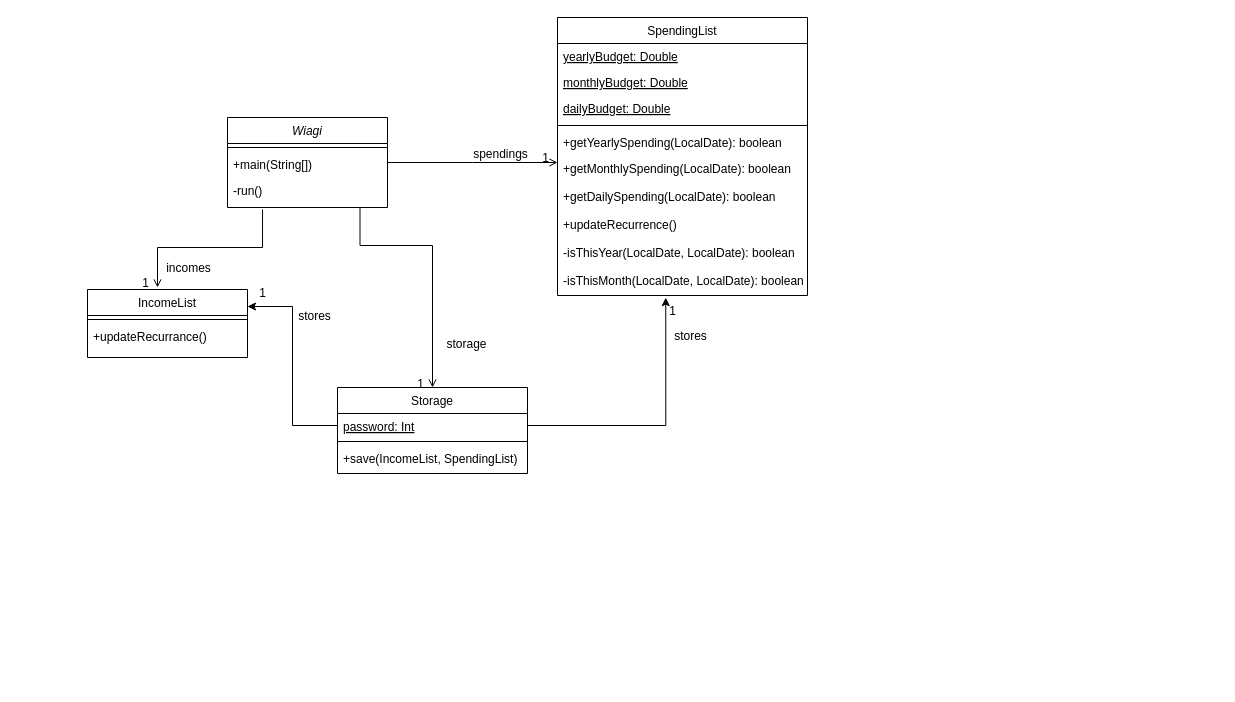
The draw.io diagram docs/Diagrams/overallClass.drawio in wongwh2002/CS2113TeamProject, before the edit. Source tidied: cells renumbered, new cells numbered last; positions are measured from the earlier drawing's top-left corner, leaving out a move shared by most shapes. Both pictures are drawn from the tidied source at 100%, with x=0, y=0 at pixel (87, 17).
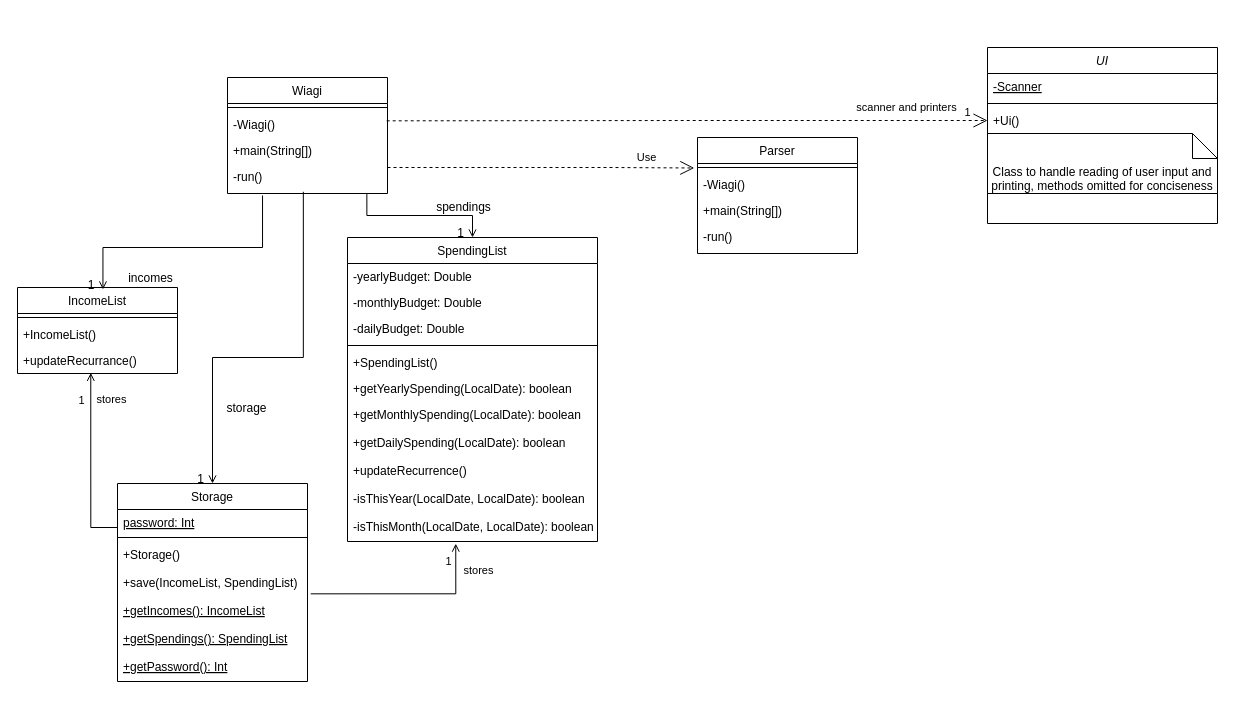
After the change.

The change refers to these unchanged cells:
```xml
<mxCell id="10" value="password: Int" style="text;align=left;verticalAlign=top;spacingLeft=4;spacingRight=4;overflow=hidden;points=[[0,0.5],[1,0.5]];portConstraint=eastwest;fontStyle=4;" parent="9" vertex="1">
  <mxGeometry y="26" width="190" height="24" as="geometry" />
</mxCell>
```

The edit, as a diff of the source:
```diff
@@
-    <mxCell id="2" value="Wiagi" style="swimlane;fontStyle=2;align=center;verticalAlign=top;horizontal=1;startSize=26;rounded=0;shadow=0;strokeWidth=1;" parent="1" vertex="1">
-      <mxGeometry x="140" y="100" width="160" height="90" as="geometry" />
+    <mxCell id="2" value="Wiagi" style="swimlane;fontStyle=0;align=center;verticalAlign=top;horizontal=1;startSize=26;rounded=0;shadow=0;strokeWidth=1;" parent="1" vertex="1">
+      <mxGeometry x="140" y="60" width="160" height="116" as="geometry" />
     </mxCell>
@@
+    <mxCell id="42" value="-Wiagi()" style="text;align=left;verticalAlign=top;spacingLeft=4;spacingRight=4;overflow=hidden;points=[[0,0.5],[1,0.5]];portConstraint=eastwest;" parent="2" vertex="1">
+      <mxGeometry y="34" width="160" height="26" as="geometry" />
+    </mxCell>
     <mxCell id="4" value="+main(String[])" style="text;align=left;verticalAlign=top;spacingLeft=4;spacingRight=4;overflow=hidden;" parent="2" vertex="1">
-      <mxGeometry y="34" width="160" height="26" as="geometry" />
+      <mxGeometry y="60" width="160" height="26" as="geometry" />
     </mxCell>
     <mxCell id="5" value="-run()" style="text;align=left;verticalAlign=top;spacingLeft=4;spacingRight=4;overflow=hidden;points=[[0,0.5],[1,0.5]];portConstraint=eastwest;" parent="2" vertex="1">
-      <mxGeometry y="60" width="160" height="30" as="geometry" />
+      <mxGeometry y="86" width="160" height="30" as="geometry" />
     </mxCell>
     <mxCell id="6" value="IncomeList" style="swimlane;fontStyle=0;align=center;verticalAlign=top;horizontal=1;startSize=26;rounded=0;shadow=0;strokeWidth=1;" parent="1" vertex="1">
-      <mxGeometry y="272" width="160" height="68" as="geometry" />
+      <mxGeometry x="-70" y="270" width="160" height="86" as="geometry" />
     </mxCell>
@@
+    <mxCell id="43" value="+IncomeList()" style="text;align=left;verticalAlign=top;spacingLeft=4;spacingRight=4;overflow=hidden;" parent="6" vertex="1">
+      <mxGeometry y="34" width="160" height="26" as="geometry" />
+    </mxCell>
     <mxCell id="8" value="+updateRecurrance()" style="text;align=left;verticalAlign=top;spacingLeft=4;spacingRight=4;overflow=hidden;points=[[0,0.5],[1,0.5]];portConstraint=eastwest;" parent="6" vertex="1">
-      <mxGeometry y="34" width="160" height="26" as="geometry" />
+      <mxGeometry y="60" width="160" height="26" as="geometry" />
     </mxCell>
     <mxCell id="9" value="Storage" style="swimlane;fontStyle=0;align=center;verticalAlign=top;horizontal=1;startSize=26;rounded=0;shadow=0;strokeWidth=1;" parent="1" vertex="1">
-      <mxGeometry x="250" y="370" width="190" height="86" as="geometry" />
+      <mxGeometry x="30" y="466" width="190" height="198" as="geometry" />
     </mxCell>
@@
+    <mxCell id="44" value="+Storage()" style="text;align=left;verticalAlign=top;spacingLeft=4;spacingRight=4;overflow=hidden;" parent="9" vertex="1">
+      <mxGeometry y="58" width="190" height="28" as="geometry" />
+    </mxCell>
     <mxCell id="12" value="+save(IncomeList, SpendingList)" style="text;align=left;verticalAlign=top;spacingLeft=4;spacingRight=4;overflow=hidden;points=[[0,0.5],[1,0.5]];portConstraint=eastwest;" parent="9" vertex="1">
-      <mxGeometry y="58" width="190" height="28" as="geometry" />
+      <mxGeometry y="86" width="190" height="28" as="geometry" />
     </mxCell>
+    <mxCell id="45" value="+getIncomes(): IncomeList" style="text;align=left;verticalAlign=top;spacingLeft=4;spacingRight=4;overflow=hidden;fontStyle=4;" parent="9" vertex="1">
+      <mxGeometry y="114" width="190" height="28" as="geometry" />
+    </mxCell>
+    <mxCell id="46" value="+getSpendings(): SpendingList" style="text;align=left;verticalAlign=top;spacingLeft=4;spacingRight=4;overflow=hidden;fontStyle=4;" parent="9" vertex="1">
+      <mxGeometry y="142" width="190" height="28" as="geometry" />
+    </mxCell>
+    <mxCell id="47" value="+getPassword(): Int" style="text;align=left;verticalAlign=top;spacingLeft=4;spacingRight=4;overflow=hidden;fontStyle=4;" parent="9" vertex="1">
+      <mxGeometry y="170" width="190" height="28" as="geometry" />
+    </mxCell>
     <mxCell id="13" value="SpendingList" style="swimlane;fontStyle=0;align=center;verticalAlign=top;horizontal=1;startSize=26;rounded=0;shadow=0;strokeWidth=1;" parent="1" vertex="1">
-      <mxGeometry x="470" width="250" height="278" as="geometry" />
+      <mxGeometry x="260" y="220" width="250" height="304" as="geometry" />
     </mxCell>
-    <mxCell id="14" value="yearlyBudget: Double" style="text;align=left;verticalAlign=top;spacingLeft=4;spacingRight=4;overflow=hidden;rounded=0;shadow=0;html=0;fontStyle=4;" parent="13" vertex="1">
+    <mxCell id="14" value="-yearlyBudget: Double" style="text;align=left;verticalAlign=top;spacingLeft=4;spacingRight=4;overflow=hidden;rounded=0;shadow=0;html=0;fontStyle=0;" parent="13" vertex="1">
       <mxGeometry y="26" width="250" height="26" as="geometry" />
     </mxCell>
-    <mxCell id="15" value="monthlyBudget: Double" style="text;align=left;verticalAlign=top;spacingLeft=4;spacingRight=4;overflow=hidden;rounded=0;shadow=0;html=0;fontStyle=4;" parent="13" vertex="1">
+    <mxCell id="15" value="-monthlyBudget: Double" style="text;align=left;verticalAlign=top;spacingLeft=4;spacingRight=4;overflow=hidden;rounded=0;shadow=0;html=0;fontStyle=0;" parent="13" vertex="1">
       <mxGeometry y="52" width="250" height="26" as="geometry" />
     </mxCell>
-    <mxCell id="16" value="dailyBudget: Double" style="text;align=left;verticalAlign=top;spacingLeft=4;spacingRight=4;overflow=hidden;rounded=0;shadow=0;html=0;fontStyle=4;" parent="13" vertex="1">
+    <mxCell id="16" value="-dailyBudget: Double" style="text;align=left;verticalAlign=top;spacingLeft=4;spacingRight=4;overflow=hidden;rounded=0;shadow=0;html=0;fontStyle=0;" parent="13" vertex="1">
       <mxGeometry y="78" width="250" height="26" as="geometry" />
     </mxCell>
@@
+    <mxCell id="48" value="+SpendingList()" style="text;align=left;verticalAlign=top;spacingLeft=4;spacingRight=4;overflow=hidden;" parent="13" vertex="1">
+      <mxGeometry y="112" width="250" height="26" as="geometry" />
+    </mxCell>
     <mxCell id="18" value="+getYearlySpending(LocalDate): boolean" style="text;align=left;verticalAlign=top;spacingLeft=4;spacingRight=4;overflow=hidden;" parent="13" vertex="1">
-      <mxGeometry y="112" width="250" height="26" as="geometry" />
+      <mxGeometry y="138" width="250" height="26" as="geometry" />
     </mxCell>
     <mxCell id="19" value="+getMonthlySpending(LocalDate): boolean" style="text;align=left;verticalAlign=top;spacingLeft=4;spacingRight=4;overflow=hidden;" parent="13" vertex="1">
-      <mxGeometry y="138" width="250" height="28" as="geometry" />
+      <mxGeometry y="164" width="250" height="28" as="geometry" />
     </mxCell>
     <mxCell id="20" value="+getDailySpending(LocalDate): boolean" style="text;align=left;verticalAlign=top;spacingLeft=4;spacingRight=4;overflow=hidden;" parent="13" vertex="1">
-      <mxGeometry y="166" width="250" height="28" as="geometry" />
+      <mxGeometry y="192" width="250" height="28" as="geometry" />
     </mxCell>
     <mxCell id="21" value="+updateRecurrence()&#10;" style="text;align=left;verticalAlign=top;spacingLeft=4;spacingRight=4;overflow=hidden;" parent="13" vertex="1">
-      <mxGeometry y="194" width="250" height="28" as="geometry" />
+      <mxGeometry y="220" width="250" height="28" as="geometry" />
     </mxCell>
     <mxCell id="22" value="-isThisYear(LocalDate, LocalDate): boolean" style="text;align=left;verticalAlign=top;spacingLeft=4;spacingRight=4;overflow=hidden;" parent="13" vertex="1">
-      <mxGeometry y="222" width="250" height="28" as="geometry" />
+      <mxGeometry y="248" width="250" height="28" as="geometry" />
     </mxCell>
     <mxCell id="23" value="-isThisMonth(LocalDate, LocalDate): boolean" style="text;align=left;verticalAlign=top;spacingLeft=4;spacingRight=4;overflow=hidden;points=[[0,0.5],[1,0.5]];portConstraint=eastwest;" parent="13" vertex="1">
-      <mxGeometry y="250" width="250" height="28" as="geometry" />
+      <mxGeometry y="276" width="250" height="28" as="geometry" />
     </mxCell>
-    <mxCell id="24" style="endArrow=open;shadow=0;strokeWidth=1;rounded=0;curved=0;endFill=1;edgeStyle=elbowEdgeStyle;elbow=vertical;" parent="1" edge="1" source="2" target="13">
+    <mxCell id="24" style="endArrow=open;shadow=0;strokeWidth=1;rounded=0;curved=0;endFill=1;edgeStyle=elbowEdgeStyle;elbow=vertical;exitX=0.871;exitY=1.019;exitDx=0;exitDy=0;exitPerimeter=0;" parent="1" edge="1" source="5" target="13">
       <mxGeometry x="0.5" y="41" relative="1" as="geometry">
         <mxPoint x="-40" y="32" as="offset" />
       </mxGeometry>
     </mxCell>
@@
     <mxCell id="27" value="spendings" style="text;html=1;align=center;verticalAlign=middle;labelBackgroundColor=none;rounded=0;shadow=0;strokeWidth=1;fontSize=12;" parent="24" vertex="1">
       <mxGeometry x="0.5" y="49" relative="1" as="geometry">
-        <mxPoint x="-16" y="40" as="offset" />
+        <mxPoint x="6" y="40" as="offset" />
       </mxGeometry>
     </mxCell>
-    <mxCell id="28" style="endArrow=open;shadow=0;strokeWidth=1;rounded=0;curved=0;endFill=1;edgeStyle=elbowEdgeStyle;elbow=vertical;exitX=0.219;exitY=1.067;exitDx=0;exitDy=0;exitPerimeter=0;" parent="1" edge="1" source="5">
+    <mxCell id="28" style="endArrow=open;shadow=0;strokeWidth=1;rounded=0;curved=0;endFill=1;edgeStyle=elbowEdgeStyle;elbow=vertical;exitX=0.219;exitY=1.067;exitDx=0;exitDy=0;exitPerimeter=0;entryX=0.534;entryY=0.023;entryDx=0;entryDy=0;entryPerimeter=0;" parent="1" edge="1" source="5" target="6">
       <mxGeometry x="0.5" y="41" relative="1" as="geometry">
-        <mxPoint x="70" y="270" as="targetPoint" />
         <Array as="points">
           <mxPoint x="90" y="230" />
         </Array>
         <mxPoint x="-40" y="32" as="offset" />
       </mxGeometry>
     </mxCell>
@@
     <mxCell id="31" value="incomes" style="text;html=1;align=center;verticalAlign=middle;labelBackgroundColor=none;rounded=0;shadow=0;strokeWidth=1;fontSize=12;" parent="28" vertex="1">
       <mxGeometry x="0.5" y="49" relative="1" as="geometry">
-        <mxPoint x="24" y="-29" as="offset" />
+        <mxPoint x="25" y="-19" as="offset" />
       </mxGeometry>
     </mxCell>
-    <mxCell id="32" style="endArrow=open;shadow=0;strokeWidth=1;rounded=0;curved=0;endFill=1;edgeStyle=elbowEdgeStyle;elbow=vertical;exitX=0.219;exitY=1.067;exitDx=0;exitDy=0;exitPerimeter=0;entryX=0.5;entryY=0;entryDx=0;entryDy=0;" parent="1" edge="1" target="9">
+    <mxCell id="32" style="endArrow=open;shadow=0;strokeWidth=1;rounded=0;curved=0;endFill=1;edgeStyle=elbowEdgeStyle;elbow=vertical;exitX=0.474;exitY=0.943;exitDx=0;exitDy=0;exitPerimeter=0;entryX=0.5;entryY=0;entryDx=0;entryDy=0;" parent="1" edge="1" source="5" target="9">
       <mxGeometry x="0.5" y="41" relative="1" as="geometry">
-        <mxPoint x="272.5" y="190" as="sourcePoint" />
         <Array as="points">
-          <mxPoint x="187.5" y="228" />
+          <mxPoint x="210" y="340" />
         </Array>
         <mxPoint x="-40" y="32" as="offset" />
       </mxGeometry>
     </mxCell>
@@
-    <mxCell id="36" style="edgeStyle=orthogonalEdgeStyle;rounded=0;jettySize=auto;html=1;entryX=1;entryY=0.25;entryDx=0;entryDy=0;" parent="1" edge="1" source="10" target="6">
-      <mxGeometry relative="1" as="geometry" />
+    <mxCell id="36" style="edgeStyle=orthogonalEdgeStyle;rounded=0;jettySize=auto;html=1;entryX=0.458;entryY=0.974;entryDx=0;entryDy=0;entryPerimeter=0;endArrow=open;endFill=0;" parent="1" edge="1" source="10" target="8">
+      <mxGeometry relative="1" as="geometry">
+        <Array as="points">
+          <mxPoint x="3" y="510" />
+        </Array>
+      </mxGeometry>
     </mxCell>
+    <mxCell id="49" value="1" style="edgeLabel;html=1;align=center;verticalAlign=middle;" parent="36" vertex="1">
+      <mxGeometry x="0.89" y="1" relative="1" as="geometry">
+        <mxPoint x="-9" y="17" as="offset" />
+      </mxGeometry>
+    </mxCell>
+    <mxCell id="50" value="stores" style="edgeLabel;html=1;align=center;verticalAlign=middle;" parent="36" vertex="1">
+      <mxGeometry x="0.82" y="-3" relative="1" as="geometry">
+        <mxPoint x="17" y="10" as="offset" />
+      </mxGeometry>
+    </mxCell>
-    <mxCell id="37" value="1" style="align=right;verticalAlign=bottom;labelBackgroundColor=none;fontSize=12;" parent="1" vertex="1">
-      <mxGeometry x="180" y="283.8" as="geometry" />
+    <mxCell id="37" style="align=right;verticalAlign=bottom;labelBackgroundColor=none;fontSize=12;" parent="1" vertex="1">
+      <mxGeometry x="110" y="300" as="geometry">
+        <mxPoint x="10" y="9" as="offset" />
+      </mxGeometry>
     </mxCell>
-    <mxCell id="38" value="1" style="align=right;verticalAlign=bottom;labelBackgroundColor=none;fontSize=12;" parent="1" vertex="1">
-      <mxGeometry x="180" y="260" as="geometry">
+    <mxCell id="38" style="align=right;verticalAlign=bottom;labelBackgroundColor=none;fontSize=12;" parent="1" vertex="1">
+      <mxGeometry x="160" y="290" as="geometry">
         <mxPoint x="410" y="42" as="offset" />
       </mxGeometry>
     </mxCell>
-    <mxCell id="39" value="stores" style="text;html=1;align=center;verticalAlign=middle;labelBackgroundColor=none;rounded=0;shadow=0;strokeWidth=1;fontSize=12;" parent="1" vertex="1">
-      <mxGeometry x="550" y="240" as="geometry">
-        <mxPoint x="52" y="78" as="offset" />
-      </mxGeometry>
-    </mxCell>
-    <mxCell id="40" value="stores" style="text;html=1;align=center;verticalAlign=middle;labelBackgroundColor=none;rounded=0;shadow=0;strokeWidth=1;fontSize=12;" parent="1" vertex="1">
-      <mxGeometry x="518" y="350" as="geometry">
-        <mxPoint x="-292" y="-52" as="offset" />
-      </mxGeometry>
-    </mxCell>
-    <mxCell id="41" style="edgeStyle=orthogonalEdgeStyle;rounded=0;jettySize=auto;html=1;entryX=0.433;entryY=1.076;entryDx=0;entryDy=0;entryPerimeter=0;" parent="1" edge="1" source="10" target="23">
+    <mxCell id="41" style="edgeStyle=orthogonalEdgeStyle;rounded=0;jettySize=auto;html=1;entryX=0.433;entryY=1.076;entryDx=0;entryDy=0;entryPerimeter=0;exitX=1.017;exitY=0.869;exitDx=0;exitDy=0;exitPerimeter=0;endArrow=open;endFill=0;" parent="1" edge="1" source="12" target="23">
       <mxGeometry relative="1" as="geometry">
         <Array as="points">
-          <mxPoint x="578" y="408" />
+          <mxPoint x="368" y="576" />
         </Array>
       </mxGeometry>
     </mxCell>
+    <mxCell id="51" value="stores" style="edgeLabel;html=1;align=center;verticalAlign=middle;" parent="41" vertex="1">
+      <mxGeometry x="0.78" y="1" relative="1" as="geometry">
+        <mxPoint x="23" y="5" as="offset" />
+      </mxGeometry>
+    </mxCell>
+    <mxCell id="52" value="1" style="edgeLabel;html=1;align=center;verticalAlign=middle;" parent="41" vertex="1">
+      <mxGeometry x="0.82" y="2" relative="1" as="geometry">
+        <mxPoint x="-6" as="offset" />
+      </mxGeometry>
+    </mxCell>
+    <mxCell id="53" value="UI" style="swimlane;fontStyle=2;align=center;verticalAlign=top;horizontal=1;startSize=26;rounded=0;shadow=0;strokeWidth=1;" parent="1" vertex="1">
+      <mxGeometry x="900" y="30" width="230" height="176" as="geometry" />
+    </mxCell>
+    <mxCell id="54" value="-Scanner" style="text;align=left;verticalAlign=top;spacingLeft=4;spacingRight=4;overflow=hidden;rounded=0;shadow=0;html=0;fontStyle=4;" parent="53" vertex="1">
+      <mxGeometry y="26" width="230" height="26" as="geometry" />
+    </mxCell>
+    <mxCell id="55" style="line;html=1;strokeWidth=1;align=left;verticalAlign=middle;spacingTop=-1;spacingLeft=3;spacingRight=3;labelPosition=right;" parent="53" vertex="1">
+      <mxGeometry y="52" width="230" height="8" as="geometry" />
+    </mxCell>
+    <mxCell id="56" value="+Ui()" style="text;align=left;verticalAlign=top;spacingLeft=4;spacingRight=4;overflow=hidden;points=[[0,0.5],[1,0.5]];portConstraint=eastwest;rounded=0;shadow=0;html=0;fontStyle=0;" parent="53" vertex="1">
+      <mxGeometry y="60" width="230" height="26" as="geometry" />
+    </mxCell>
+    <mxCell id="57" value="Class to handle reading of user input and printing, methods omitted for conciseness" style="shape=note2;boundedLbl=1;whiteSpace=wrap;html=1;size=25;verticalAlign=top;align=center;" parent="53" vertex="1">
+      <mxGeometry y="86" width="230" height="60" as="geometry" />
+    </mxCell>
+    <mxCell id="58" value="scanner and printers" style="endArrow=open;endSize=12;dashed=1;html=1;rounded=0;exitX=0.995;exitY=0.359;exitDx=0;exitDy=0;exitPerimeter=0;entryX=0;entryY=0.5;entryDx=0;entryDy=0;" parent="1" edge="1" source="42" target="56">
+      <mxGeometry x="0.73" y="13" relative="1" as="geometry">
+        <Array as="points">
+          <mxPoint x="620" y="103" />
+        </Array>
+      </mxGeometry>
+    </mxCell>
+    <mxCell id="59" value="1" style="edgeLabel;html=1;align=center;verticalAlign=middle;" parent="58" vertex="1">
+      <mxGeometry x="0.93" y="-2" relative="1" as="geometry">
+        <mxPoint y="-11" as="offset" />
+      </mxGeometry>
+    </mxCell>
+    <mxCell id="60" value="Parser" style="swimlane;fontStyle=0;align=center;verticalAlign=top;horizontal=1;startSize=26;rounded=0;shadow=0;strokeWidth=1;" parent="1" vertex="1">
+      <mxGeometry x="610" y="120" width="160" height="116" as="geometry" />
+    </mxCell>
+    <mxCell id="61" style="line;html=1;strokeWidth=1;align=left;verticalAlign=middle;spacingTop=-1;spacingLeft=3;spacingRight=3;labelPosition=right;" parent="60" vertex="1">
+      <mxGeometry y="26" width="160" height="8" as="geometry" />
+    </mxCell>
+    <mxCell id="62" value="-Wiagi()" style="text;align=left;verticalAlign=top;spacingLeft=4;spacingRight=4;overflow=hidden;points=[[0,0.5],[1,0.5]];portConstraint=eastwest;" parent="60" vertex="1">
+      <mxGeometry y="34" width="160" height="26" as="geometry" />
+    </mxCell>
+    <mxCell id="63" value="+main(String[])" style="text;align=left;verticalAlign=top;spacingLeft=4;spacingRight=4;overflow=hidden;" parent="60" vertex="1">
+      <mxGeometry y="60" width="160" height="26" as="geometry" />
+    </mxCell>
+    <mxCell id="64" value="-run()" style="text;align=left;verticalAlign=top;spacingLeft=4;spacingRight=4;overflow=hidden;" parent="60" vertex="1">
+      <mxGeometry y="86" width="160" height="30" as="geometry" />
+    </mxCell>
+    <mxCell id="65" value="Use" style="endArrow=open;endSize=12;dashed=1;html=1;rounded=0;entryX=-0.02;entryY=-0.135;entryDx=0;entryDy=0;entryPerimeter=0;" parent="1" edge="1" target="62">
+      <mxGeometry x="0.69" y="10" relative="1" as="geometry">
+        <mxPoint x="300" y="150" as="sourcePoint" />
+        <Array as="points">
+          <mxPoint x="520" y="150" />
+        </Array>
+      </mxGeometry>
+    </mxCell>
```
